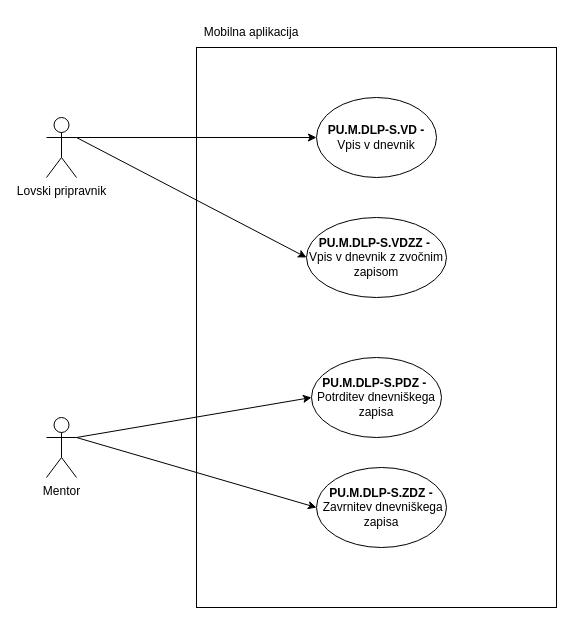
This is Delo z lovskimi pripravniki-Mobilna aplikacija.drawio from ErnestISv/Lovstvo, a draw.io file, before an edit. Source tidied: cells renumbered, new cells numbered last; positions are measured from the earlier drawing's top-left corner, leaving out a move shared by most shapes. Both pictures are drawn from the tidied source at 100%, with x=0, y=0 at pixel (46, 17).
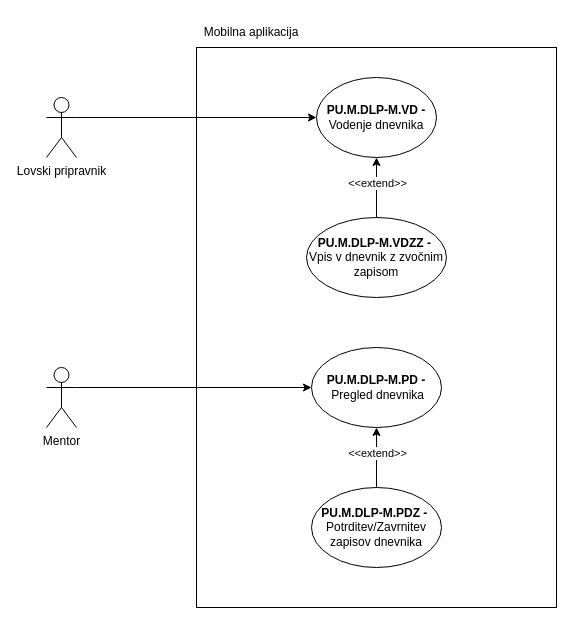
Above is the later version.

What changed in the source:
```diff
@@
 <mxGraphModel>
   <root>
     <mxCell id="0" />
     <mxCell id="1" parent="0" />
     <mxCell id="2" style="rounded=0;whiteSpace=wrap;html=1;" parent="1" vertex="1">
       <mxGeometry x="150" y="30" width="360" height="560" as="geometry" />
     </mxCell>
     <mxCell id="3" value="Mobilna aplikacija" style="text;html=1;align=center;verticalAlign=middle;whiteSpace=wrap;rounded=0;" parent="1" vertex="1">
       <mxGeometry x="150" width="110" height="30" as="geometry" />
     </mxCell>
-    <mxCell id="4" value="&lt;b&gt;PU.M.DLP-S.VD -&lt;/b&gt; Vpis v dnevnik" style="ellipse;whiteSpace=wrap;html=1;" parent="1" vertex="1">
-      <mxGeometry x="270" y="80" width="120" height="80" as="geometry" />
+    <mxCell id="4" value="&lt;b&gt;PU.M.DLP-M.VD -&lt;/b&gt; Vodenje dnevnika" style="ellipse;whiteSpace=wrap;html=1;" parent="1" vertex="1">
+      <mxGeometry x="270" y="60" width="120" height="80" as="geometry" />
     </mxCell>
-    <mxCell id="5" value="&lt;b&gt;PU.M.DLP-S.PDZ -&amp;nbsp;&lt;/b&gt;&lt;div&gt;Potrditev dnevniškega zapisa&lt;/div&gt;" style="ellipse;whiteSpace=wrap;html=1;" parent="1" vertex="1">
-      <mxGeometry x="265" y="340" width="130" height="80" as="geometry" />
+    <mxCell id="5" value="&lt;b&gt;PU.M.DLP-M.PDZ -&amp;nbsp;&lt;/b&gt;&lt;div&gt;Potrditev/Zavrnitev zapisov dnevnika&lt;/div&gt;" style="ellipse;whiteSpace=wrap;html=1;" parent="1" vertex="1">
+      <mxGeometry x="265" y="470" width="130" height="80" as="geometry" />
     </mxCell>
-    <mxCell id="6" value="&lt;b&gt;PU.M.DLP-S.ZDZ -&lt;/b&gt;&amp;nbsp;Zavrnitev dnevniškega zapisa" style="ellipse;whiteSpace=wrap;html=1;" parent="1" vertex="1">
-      <mxGeometry x="270" y="450" width="130" height="80" as="geometry" />
+    <mxCell id="6" value="&lt;b&gt;PU.M.DLP-M.PD -&lt;/b&gt;&amp;nbsp;Pregled dnevnika" style="ellipse;whiteSpace=wrap;html=1;" parent="1" vertex="1">
+      <mxGeometry x="265" y="330" width="130" height="80" as="geometry" />
     </mxCell>
     <mxCell id="7" value="Lovski pripravnik" style="shape=umlActor;verticalLabelPosition=bottom;verticalAlign=top;html=1;outlineConnect=0;" parent="1" vertex="1">
-      <mxGeometry y="100" width="30" height="60" as="geometry" />
+      <mxGeometry y="80" width="30" height="60" as="geometry" />
     </mxCell>
     <mxCell id="8" value="Mentor" style="shape=umlActor;verticalLabelPosition=bottom;verticalAlign=top;html=1;outlineConnect=0;" parent="1" vertex="1">
-      <mxGeometry y="400" width="30" height="60" as="geometry" />
+      <mxGeometry y="350" width="30" height="60" as="geometry" />
     </mxCell>
     <mxCell id="9" style="endArrow=classic;html=1;rounded=0;exitX=1;exitY=0.3333333333333333;exitDx=0;exitDy=0;exitPerimeter=0;entryX=0;entryY=0.5;entryDx=0;entryDy=0;" parent="1" edge="1" source="7" target="4">
       <mxGeometry relative="1" as="geometry" />
     </mxCell>
-    <mxCell id="10" style="endArrow=classic;html=1;rounded=0;exitX=1;exitY=0.3333333333333333;exitDx=0;exitDy=0;exitPerimeter=0;entryX=0;entryY=0.5;entryDx=0;entryDy=0;" parent="1" edge="1" source="8" target="5">
-      <mxGeometry relative="1" as="geometry" />
-    </mxCell>
     <mxCell id="11" style="endArrow=classic;html=1;rounded=0;exitX=1;exitY=0.3333333333333333;exitDx=0;exitDy=0;exitPerimeter=0;entryX=0;entryY=0.5;entryDx=0;entryDy=0;" parent="1" edge="1" source="8" target="6">
       <mxGeometry relative="1" as="geometry" />
     </mxCell>
-    <mxCell id="12" value="&lt;b&gt;PU.M.DLP-S.VDZZ&lt;/b&gt; &lt;b&gt;-&amp;nbsp;&lt;/b&gt;&lt;div&gt;Vpis v dnevnik z zvočnim zapisom&lt;/div&gt;" style="ellipse;whiteSpace=wrap;html=1;" parent="1" vertex="1">
+    <mxCell id="12" value="&lt;b&gt;PU.M.DLP-M.VDZZ&lt;/b&gt; &lt;b&gt;-&amp;nbsp;&lt;/b&gt;&lt;div&gt;Vpis v dnevnik z zvočnim zapisom&lt;/div&gt;" style="ellipse;whiteSpace=wrap;html=1;" parent="1" vertex="1">
       <mxGeometry x="260" y="200" width="140" height="80" as="geometry" />
     </mxCell>
-    <mxCell id="13" style="endArrow=classic;html=1;rounded=0;exitX=1;exitY=0.3333333333333333;exitDx=0;exitDy=0;exitPerimeter=0;entryX=0;entryY=0.5;entryDx=0;entryDy=0;" parent="1" edge="1" source="7" target="12">
-      <mxGeometry relative="1" as="geometry" />
-    </mxCell>
+    <mxCell id="14" style="endArrow=classic;html=1;rounded=0;exitX=0.5;exitY=0;exitDx=0;exitDy=0;entryX=0.5;entryY=1;entryDx=0;entryDy=0;" parent="1" edge="1" source="5" target="6">
+      <mxGeometry relative="1" as="geometry" />
+    </mxCell>
+    <mxCell id="15" value="&amp;lt;&amp;lt;extend&amp;gt;&amp;gt;" style="edgeLabel;html=1;align=center;verticalAlign=middle;" parent="14" vertex="1">
+      <mxGeometry x="0.17" relative="1" as="geometry" />
+    </mxCell>
+    <mxCell id="16" style="endArrow=classic;html=1;rounded=0;exitX=0.5;exitY=0;exitDx=0;exitDy=0;entryX=0.5;entryY=1;entryDx=0;entryDy=0;" parent="1" edge="1" source="12" target="4">
+      <mxGeometry relative="1" as="geometry" />
+    </mxCell>
+    <mxCell id="17" value="&amp;lt;&amp;lt;extend&amp;gt;&amp;gt;" style="edgeLabel;html=1;align=center;verticalAlign=middle;" parent="16" vertex="1">
+      <mxGeometry x="0.17" relative="1" as="geometry" />
+    </mxCell>
   </root>
 </mxGraphModel>
```
